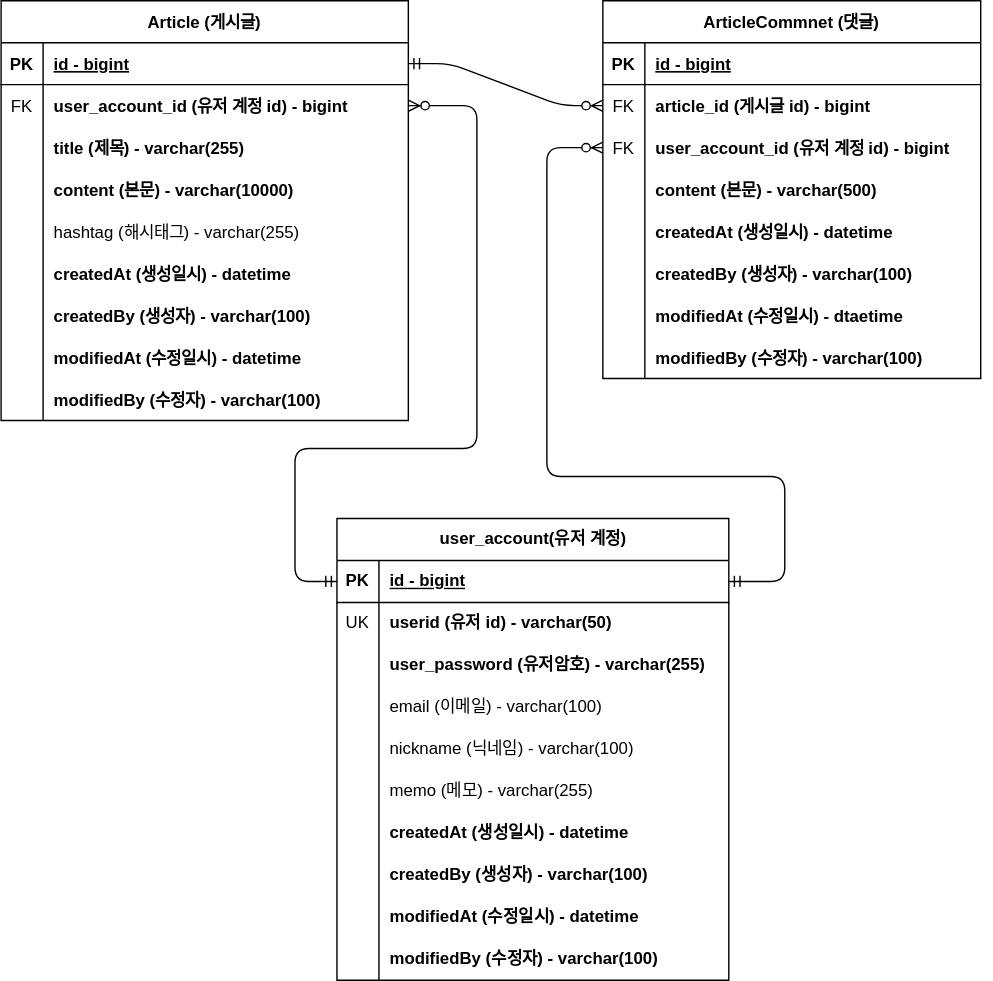
The draw.io diagram document/project-board-erd.svg in vartyor/project-board, before a commit. Source tidied: cells renumbered, new cells last; positions are measured from the earlier drawing's top-left corner, leaving out a move shared by most shapes.
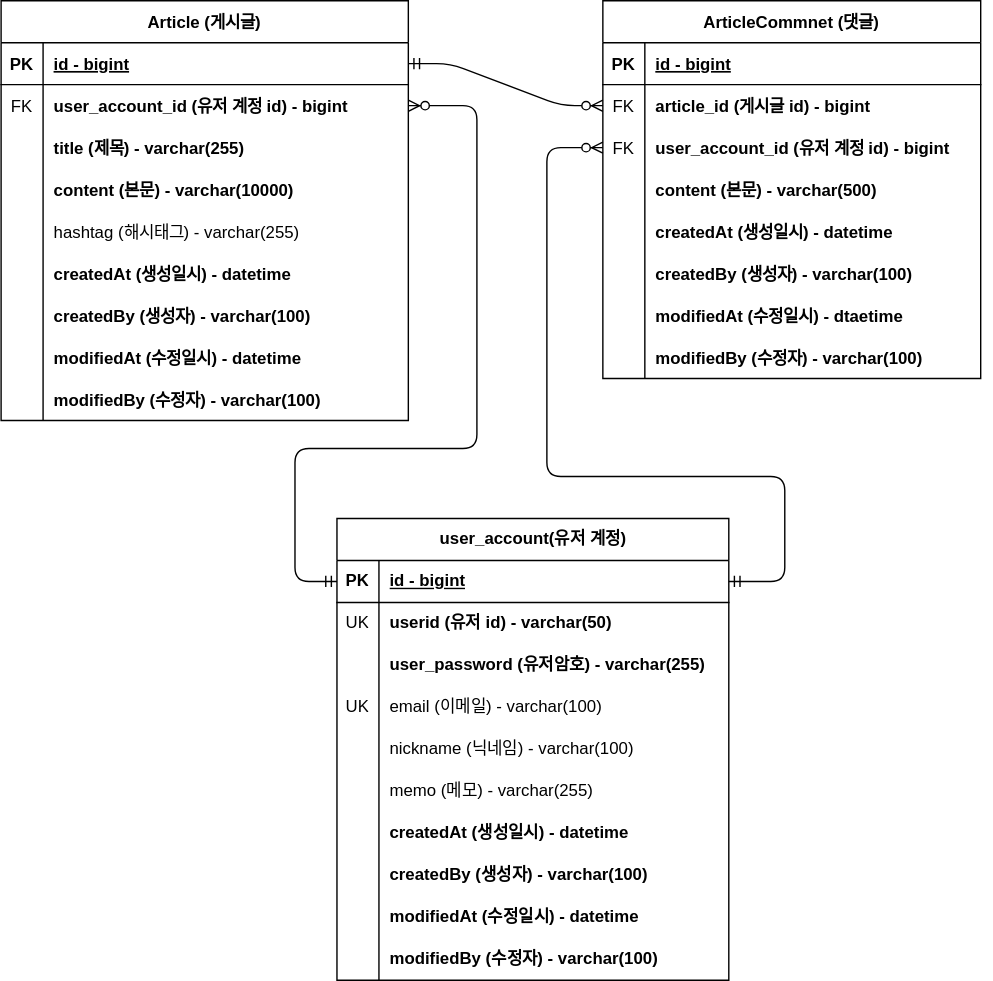
The same file after the commit.

Change to the diagram source:
```diff
@@ -203,7 +203,7 @@
     <mxCell id="68" style="shape=tableRow;horizontal=0;startSize=0;swimlaneHead=0;swimlaneBody=0;fillColor=none;top=0;left=0;right=0;bottom=0;" parent="58" vertex="1">
       <mxGeometry y="120" width="280" height="30" as="geometry" />
     </mxCell>
-    <mxCell id="69" style="shape=partialRectangle;fillColor=none;top=0;left=0;bottom=0;right=0;overflow=hidden;whiteSpace=wrap;html=1;" parent="68" vertex="1">
+    <mxCell id="69" value="UK" style="shape=partialRectangle;fillColor=none;top=0;left=0;bottom=0;right=0;overflow=hidden;whiteSpace=wrap;html=1;" parent="68" vertex="1">
       <mxGeometry width="30" height="30" as="geometry" />
     </mxCell>
     <mxCell id="70" value="email (이메일) - varchar(100)" style="shape=partialRectangle;fillColor=none;top=0;left=0;bottom=0;right=0;align=left;spacingLeft=6;overflow=hidden;whiteSpace=wrap;html=1;" parent="68" vertex="1">
```
